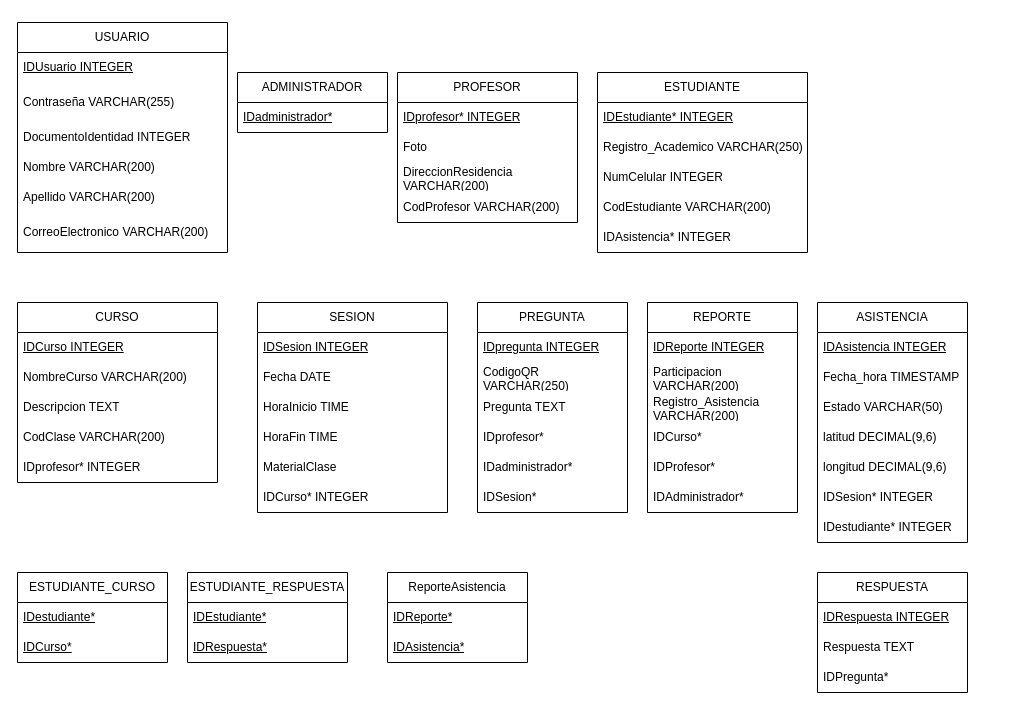
The draw.io diagram Attenzio Esquema Relacional_02.drawio in 18luisc/Attenzio, before the edit. Source tidied: cells renumbered, new cells numbered last; positions are measured from the earlier drawing's top-left corner, leaving out a move shared by most shapes. Both pictures are drawn from the tidied source at 100%, with x=0, y=0 at pixel (17, 22).
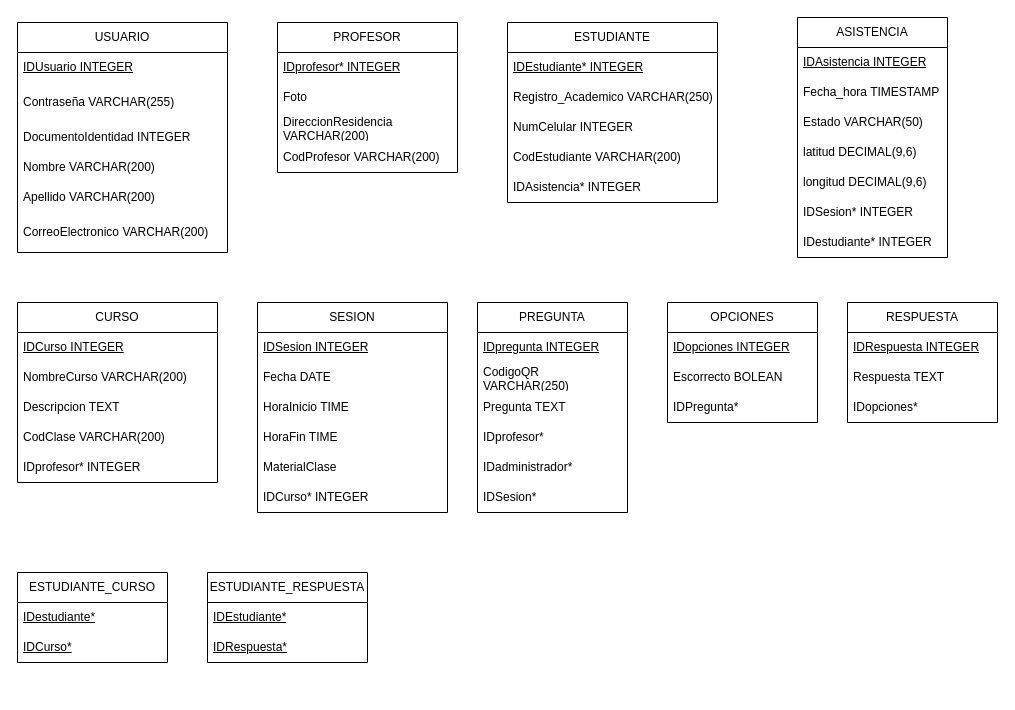
After the change.

Commit message:
Se agrega Entidad Opciones

Change to the diagram source:
```diff
@@
-    <mxCell id="9" value="ADMINISTRADOR" style="swimlane;fontStyle=0;horizontal=1;startSize=30;whiteSpace=wrap;html=1;" parent="1" vertex="1">
-      <mxGeometry x="220" y="50" width="150" height="60" as="geometry" />
-    </mxCell>
-    <mxCell id="10" value="&lt;u&gt;IDadministrador*&lt;/u&gt;" style="text;strokeColor=none;fillColor=none;align=left;verticalAlign=middle;spacingLeft=4;spacingRight=4;overflow=hidden;whiteSpace=wrap;html=1;" parent="9" vertex="1">
-      <mxGeometry y="30" width="150" height="30" as="geometry" />
-    </mxCell>
     <mxCell id="11" value="PROFESOR" style="swimlane;fontStyle=0;horizontal=1;startSize=30;whiteSpace=wrap;html=1;" parent="1" vertex="1">
-      <mxGeometry x="380" y="50" width="180" height="150" as="geometry" />
+      <mxGeometry x="260" width="180" height="150" as="geometry" />
     </mxCell>
@@
     <mxCell id="16" value="ESTUDIANTE" style="swimlane;fontStyle=0;horizontal=1;startSize=30;whiteSpace=wrap;html=1;" parent="1" vertex="1">
-      <mxGeometry x="580" y="50" width="210" height="180" as="geometry" />
+      <mxGeometry x="490" width="210" height="180" as="geometry" />
     </mxCell>
@@
-    <mxCell id="35" value="REPORTE" style="swimlane;fontStyle=0;horizontal=1;startSize=30;whiteSpace=wrap;html=1;" parent="1" vertex="1">
-      <mxGeometry x="630" y="280" width="150" height="210" as="geometry" />
-    </mxCell>
-    <mxCell id="36" value="&lt;u&gt;IDReporte INTEGER&lt;/u&gt;" style="text;strokeColor=none;fillColor=none;align=left;verticalAlign=middle;spacingLeft=4;spacingRight=4;overflow=hidden;whiteSpace=wrap;html=1;" parent="35" vertex="1">
-      <mxGeometry y="30" width="150" height="30" as="geometry" />
-    </mxCell>
-    <mxCell id="37" value="Participacion VARCHAR(200)" style="text;strokeColor=none;fillColor=none;align=left;verticalAlign=middle;spacingLeft=4;spacingRight=4;overflow=hidden;whiteSpace=wrap;html=1;" parent="35" vertex="1">
-      <mxGeometry y="60" width="150" height="30" as="geometry" />
-    </mxCell>
-    <mxCell id="38" value="Registro_Asistencia VARCHAR(200)" style="text;strokeColor=none;fillColor=none;align=left;verticalAlign=middle;spacingLeft=4;spacingRight=4;overflow=hidden;whiteSpace=wrap;html=1;" parent="35" vertex="1">
-      <mxGeometry y="90" width="150" height="30" as="geometry" />
-    </mxCell>
-    <mxCell id="39" value="IDCurso*" style="text;strokeColor=none;fillColor=none;align=left;verticalAlign=middle;spacingLeft=4;spacingRight=4;overflow=hidden;whiteSpace=wrap;html=1;" parent="35" vertex="1">
-      <mxGeometry y="120" width="150" height="30" as="geometry" />
-    </mxCell>
-    <mxCell id="40" value="IDProfesor*" style="text;strokeColor=none;fillColor=none;align=left;verticalAlign=middle;spacingLeft=4;spacingRight=4;overflow=hidden;whiteSpace=wrap;html=1;" parent="35" vertex="1">
-      <mxGeometry y="150" width="150" height="30" as="geometry" />
-    </mxCell>
-    <mxCell id="41" value="IDAdministrador*" style="text;strokeColor=none;fillColor=none;align=left;verticalAlign=middle;spacingLeft=4;spacingRight=4;overflow=hidden;whiteSpace=wrap;html=1;" parent="35" vertex="1">
-      <mxGeometry y="180" width="150" height="30" as="geometry" />
-    </mxCell>
     <mxCell id="42" value="ASISTENCIA" style="swimlane;fontStyle=0;horizontal=1;startSize=30;whiteSpace=wrap;html=1;" parent="1" vertex="1">
-      <mxGeometry x="800" y="280" width="150" height="240" as="geometry" />
+      <mxGeometry x="780" y="-5" width="150" height="240" as="geometry" />
     </mxCell>
@@
     <mxCell id="53" value="ESTUDIANTE_RESPUESTA" style="swimlane;fontStyle=0;horizontal=1;startSize=30;whiteSpace=wrap;html=1;" parent="1" vertex="1">
-      <mxGeometry x="170" y="550" width="160" height="90" as="geometry" />
+      <mxGeometry x="190" y="550" width="160" height="90" as="geometry" />
     </mxCell>
@@
     <mxCell id="63" value="RESPUESTA" style="swimlane;fontStyle=0;horizontal=1;startSize=30;whiteSpace=wrap;html=1;" parent="1" vertex="1">
-      <mxGeometry x="800" y="550" width="150" height="120" as="geometry" />
+      <mxGeometry x="830" y="280" width="150" height="120" as="geometry" />
     </mxCell>
@@
-    <mxCell id="66" value="IDPregunta*" style="text;strokeColor=none;fillColor=none;align=left;verticalAlign=middle;spacingLeft=4;spacingRight=4;overflow=hidden;whiteSpace=wrap;html=1;" parent="63" vertex="1">
+    <mxCell id="66" value="IDopciones*" style="text;strokeColor=none;fillColor=none;align=left;verticalAlign=middle;spacingLeft=4;spacingRight=4;overflow=hidden;whiteSpace=wrap;html=1;" parent="63" vertex="1">
       <mxGeometry y="90" width="150" height="30" as="geometry" />
     </mxCell>
-    <mxCell id="67" value="ReporteAsistencia" style="swimlane;fontStyle=0;horizontal=1;startSize=30;whiteSpace=wrap;html=1;" parent="1" vertex="1">
-      <mxGeometry x="370" y="550" width="140" height="90" as="geometry" />
-    </mxCell>
-    <mxCell id="68" value="&lt;u&gt;IDReporte*&lt;/u&gt;" style="text;strokeColor=none;fillColor=none;align=left;verticalAlign=middle;spacingLeft=4;spacingRight=4;overflow=hidden;whiteSpace=wrap;html=1;" parent="67" vertex="1">
-      <mxGeometry y="30" width="140" height="30" as="geometry" />
-    </mxCell>
-    <mxCell id="69" value="&lt;u&gt;IDAsistencia*&lt;/u&gt;" style="text;strokeColor=none;fillColor=none;align=left;verticalAlign=middle;spacingLeft=4;spacingRight=4;overflow=hidden;whiteSpace=wrap;html=1;" parent="67" vertex="1">
-      <mxGeometry y="60" width="140" height="30" as="geometry" />
-    </mxCell>
+    <mxCell id="70" value="OPCIONES" style="swimlane;fontStyle=0;horizontal=1;startSize=30;whiteSpace=wrap;html=1;" parent="1" vertex="1">
+      <mxGeometry x="650" y="280" width="150" height="120" as="geometry" />
+    </mxCell>
+    <mxCell id="71" value="&lt;u&gt;IDopciones INTEGER&lt;/u&gt;" style="text;strokeColor=none;fillColor=none;align=left;verticalAlign=middle;spacingLeft=4;spacingRight=4;overflow=hidden;whiteSpace=wrap;html=1;" parent="70" vertex="1">
+      <mxGeometry y="30" width="150" height="30" as="geometry" />
+    </mxCell>
+    <mxCell id="72" value="Escorrecto BOLEAN" style="text;strokeColor=none;fillColor=none;align=left;verticalAlign=middle;spacingLeft=4;spacingRight=4;overflow=hidden;whiteSpace=wrap;html=1;" parent="70" vertex="1">
+      <mxGeometry y="60" width="150" height="30" as="geometry" />
+    </mxCell>
+    <mxCell id="73" value="IDPregunta*" style="text;strokeColor=none;fillColor=none;align=left;verticalAlign=middle;spacingLeft=4;spacingRight=4;overflow=hidden;whiteSpace=wrap;html=1;" parent="70" vertex="1">
+      <mxGeometry y="90" width="150" height="30" as="geometry" />
+    </mxCell>
```
